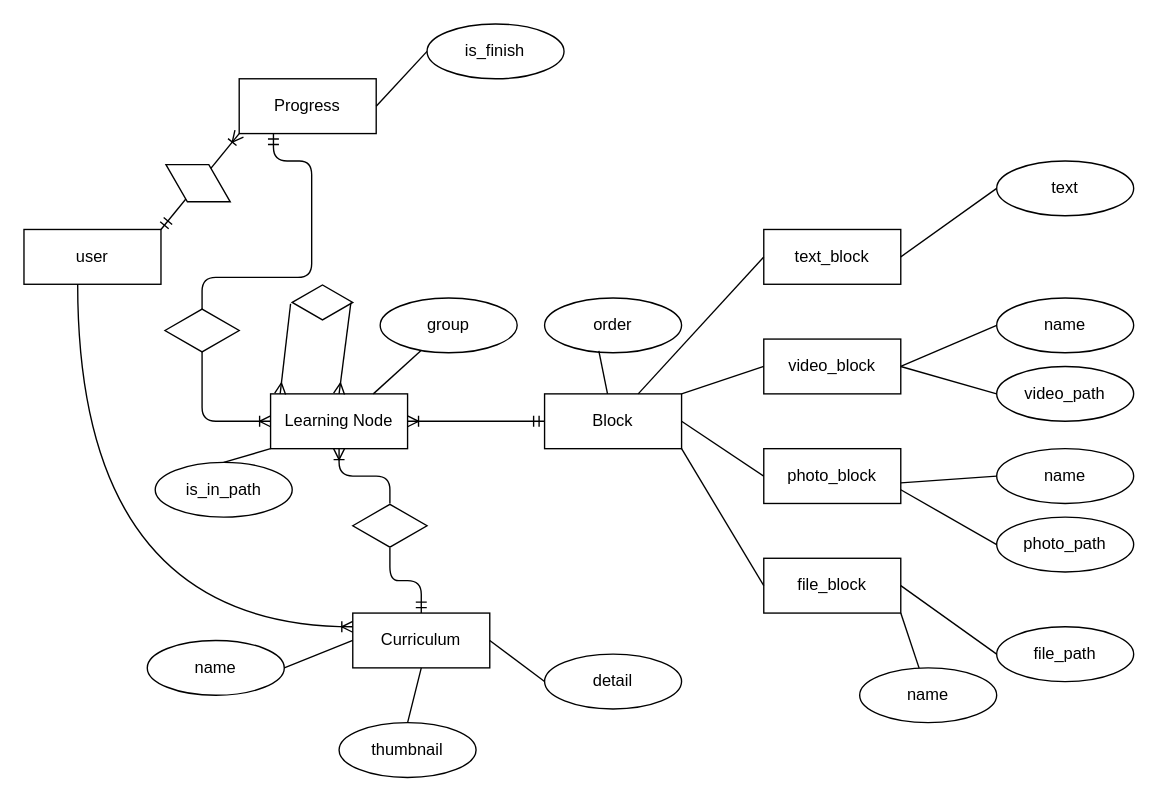
The draw.io diagram Untitled Diagram.drawio in TendonT52/ProjectProgMath, before the edit. Source tidied: cells renumbered, new cells numbered last; positions are measured from the earlier drawing's top-left corner, leaving out a move shared by most shapes. Both pictures are drawn from the tidied source at 137%, with x=0, y=0 at pixel (23, 23).
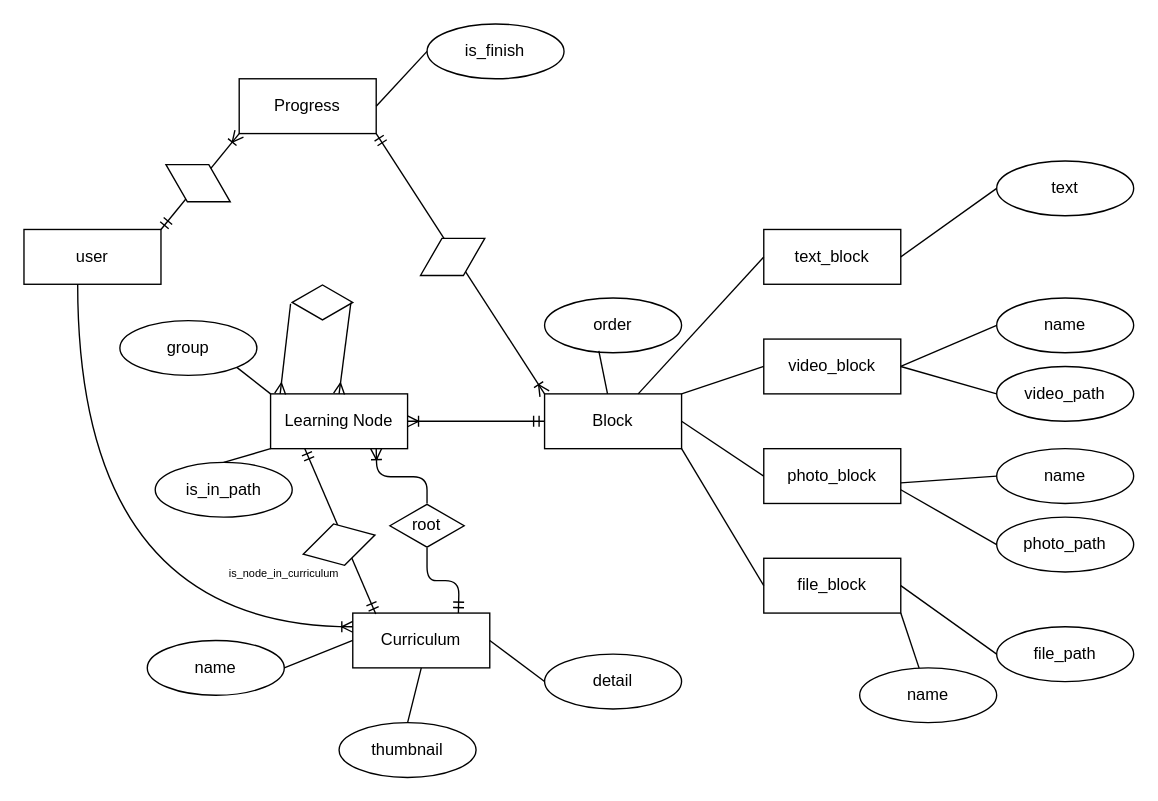
After the change.

The change refers to these unchanged cells:
```xml
<mxCell id="2" value="Block" style="whiteSpace=wrap;html=1;align=center;" parent="1" vertex="1">
  <mxGeometry x="380" y="270" width="100" height="40" as="geometry" />
</mxCell>
<mxCell id="3" value="Learning Node" style="whiteSpace=wrap;html=1;align=center;" parent="1" vertex="1">
  <mxGeometry x="180" y="270" width="100" height="40" as="geometry" />
</mxCell>
<mxCell id="5" value="Progress" style="whiteSpace=wrap;html=1;align=center;" parent="1" vertex="1">
  <mxGeometry x="157.1" y="40" width="100" height="40" as="geometry" />
</mxCell>
<mxCell id="6" value="Curriculum" style="whiteSpace=wrap;html=1;align=center;" parent="1" vertex="1">
  <mxGeometry x="240" y="430" width="100" height="40" as="geometry" />
</mxCell>
```

The edit, as a diff of the source:
```diff
@@
     <mxCell id="21" value="group" style="ellipse;whiteSpace=wrap;html=1;align=center;" parent="1" vertex="1">
-      <mxGeometry x="260" y="200" width="100" height="40" as="geometry" />
+      <mxGeometry x="70" y="216.5" width="100" height="40" as="geometry" />
     </mxCell>
@@
-    <mxCell id="40" style="endArrow=none;html=1;rounded=0;exitX=0.75;exitY=0;exitDx=0;exitDy=0;" parent="1" edge="1" source="3" target="21">
-      <mxGeometry relative="1" as="geometry" />
-    </mxCell>
@@
-    <mxCell id="42" style="fontSize=12;html=1;endArrow=ERoneToMany;startArrow=ERmandOne;exitX=0.25;exitY=1;exitDx=0;exitDy=0;entryX=0;entryY=0.5;entryDx=0;entryDy=0;edgeStyle=orthogonalEdgeStyle;" parent="1" edge="1" source="5" target="3">
-      <mxGeometry relative="1" as="geometry">
-        <Array as="points">
-          <mxPoint x="210" y="100" />
-          <mxPoint x="210" y="185" />
-          <mxPoint x="130" y="185" />
-          <mxPoint x="130" y="290" />
-        </Array>
-      </mxGeometry>
+    <mxCell id="42" style="fontSize=12;html=1;endArrow=ERoneToMany;startArrow=ERmandOne;exitX=1;exitY=1;exitDx=0;exitDy=0;entryX=0;entryY=0;entryDx=0;entryDy=0;" parent="1" edge="1" source="5" target="2">
+      <mxGeometry relative="1" as="geometry" />
     </mxCell>
@@
-    <mxCell id="44" style="html=1;whiteSpace=wrap;shape=isoRectangle;" parent="1" vertex="1">
-      <mxGeometry x="102.9" y="207.5" width="54.2" height="32.5" as="geometry" />
+    <mxCell id="44" style="html=1;whiteSpace=wrap;shape=isoRectangle;rotation=-30;" parent="1" vertex="1">
+      <mxGeometry x="285.8" y="153.8" width="54.2" height="32.5" as="geometry" />
     </mxCell>
@@
-    <mxCell id="49" style="edgeStyle=orthogonalEdgeStyle;fontSize=12;html=1;endArrow=ERoneToMany;startArrow=none;exitX=0.5;exitY=0;exitDx=0;exitDy=0;entryX=0.5;entryY=1;entryDx=0;entryDy=0;" parent="1" edge="1" source="50" target="3">
-      <mxGeometry relative="1" as="geometry" />
+    <mxCell id="49" style="edgeStyle=orthogonalEdgeStyle;fontSize=12;html=1;endArrow=ERoneToMany;startArrow=none;exitX=0.5;exitY=0;exitDx=0;exitDy=0;entryX=0.5;entryY=1;entryDx=0;entryDy=0;" parent="1" edge="1" source="50">
+      <mxGeometry relative="1" as="geometry">
+        <mxPoint x="257.1" y="310" as="targetPoint" />
+      </mxGeometry>
     </mxCell>
-    <mxCell id="50" style="html=1;whiteSpace=wrap;shape=isoRectangle;" parent="1" vertex="1">
-      <mxGeometry x="240" y="350" width="54.2" height="32.5" as="geometry" />
+    <mxCell id="50" value="root" style="html=1;whiteSpace=wrap;shape=isoRectangle;" parent="1" vertex="1">
+      <mxGeometry x="267.1" y="350" width="54.2" height="32.5" as="geometry" />
     </mxCell>
-    <mxCell id="51" style="edgeStyle=orthogonalEdgeStyle;fontSize=12;html=1;endArrow=none;startArrow=ERmandOne;exitX=0.5;exitY=0;exitDx=0;exitDy=0;entryX=0.5;entryY=1;entryDx=0;entryDy=0;" parent="1" edge="1" source="6" target="50">
-      <mxGeometry relative="1" as="geometry" />
+    <mxCell id="51" style="edgeStyle=orthogonalEdgeStyle;fontSize=12;html=1;endArrow=none;startArrow=ERmandOne;exitX=0.5;exitY=0;exitDx=0;exitDy=0;" parent="1" edge="1" target="50">
+      <mxGeometry relative="1" as="geometry">
+        <mxPoint x="317.1" y="430" as="sourcePoint" />
+      </mxGeometry>
     </mxCell>
@@
+    <mxCell id="40" style="endArrow=none;html=1;rounded=0;entryX=1;entryY=1;entryDx=0;entryDy=0;exitX=0;exitY=0;exitDx=0;exitDy=0;" parent="1" edge="1" source="3" target="21">
+      <mxGeometry relative="1" as="geometry" />
+    </mxCell>
+    <mxCell id="55" style="fontSize=12;html=1;endArrow=ERmandOne;startArrow=ERmandOne;exitX=0.25;exitY=1;exitDx=0;exitDy=0;entryX=0.168;entryY=0.015;entryDx=0;entryDy=0;entryPerimeter=0;" parent="1" edge="1" source="3" target="6">
+      <mxGeometry relative="1" as="geometry" />
+    </mxCell>
+    <mxCell id="56" style="html=1;whiteSpace=wrap;shape=isoRectangle;rotation=-15;" parent="1" vertex="1">
+      <mxGeometry x="202.9" y="363.8" width="54.2" height="32.5" as="geometry" />
+    </mxCell>
+    <mxCell id="57" value="&lt;font style=&quot;font-size: 8px&quot;&gt;is_node_in_curriculum&lt;/font&gt;" style="text;html=1;strokeColor=none;fillColor=none;align=center;verticalAlign=middle;whiteSpace=wrap;rounded=0;" parent="1" vertex="1">
+      <mxGeometry x="170" y="390" width="40" height="20" as="geometry" />
+    </mxCell>
```
